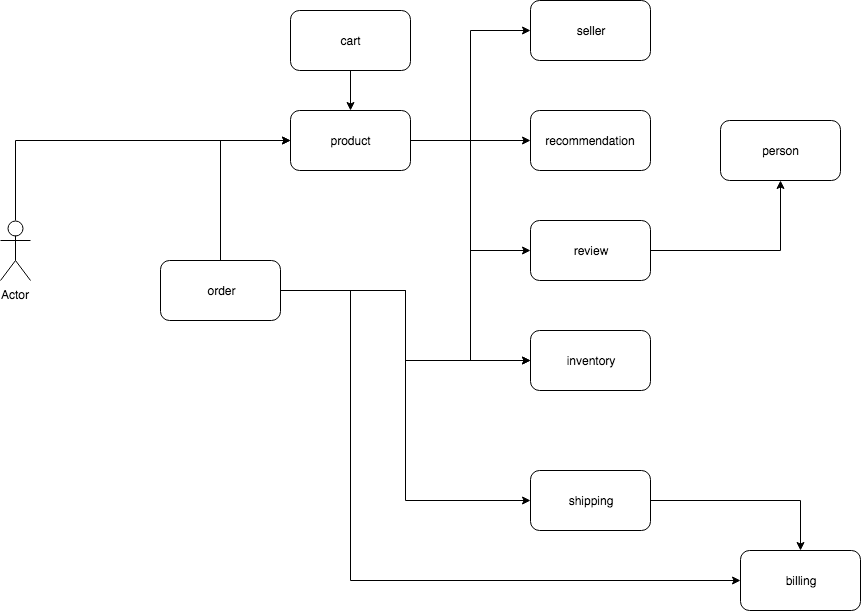
Before: ecommerce.png, a diagram exported from draw.io (prabhatsharma/ecommerce-microservices). Source tidied: cells renumbered, new cells last; positions are measured from the earlier drawing's top-left corner, leaving out a move shared by most shapes. Its diagram source:
```xml
<mxGraphModel>
  <root>
    <mxCell id="0" />
    <mxCell id="1" parent="0" />
    <mxCell id="2" style="edgeStyle=orthogonalEdgeStyle;rounded=0;jettySize=auto;html=1;entryX=0;entryY=0.5;entryDx=0;entryDy=0;" parent="1" edge="1" source="6" target="9">
      <mxGeometry relative="1" as="geometry" />
    </mxCell>
    <mxCell id="3" style="edgeStyle=orthogonalEdgeStyle;rounded=0;jettySize=auto;html=1;entryX=0;entryY=0.5;entryDx=0;entryDy=0;" parent="1" edge="1" source="6" target="11">
      <mxGeometry relative="1" as="geometry">
        <Array as="points">
          <mxPoint x="470" y="140" />
          <mxPoint x="470" y="250" />
        </Array>
      </mxGeometry>
    </mxCell>
    <mxCell id="4" style="edgeStyle=orthogonalEdgeStyle;rounded=0;jettySize=auto;html=1;entryX=0;entryY=0.5;entryDx=0;entryDy=0;" parent="1" edge="1" source="6" target="12">
      <mxGeometry relative="1" as="geometry" />
    </mxCell>
    <mxCell id="5" style="edgeStyle=orthogonalEdgeStyle;rounded=0;jettySize=auto;html=1;entryX=0;entryY=0.5;entryDx=0;entryDy=0;" parent="1" edge="1" source="6" target="13">
      <mxGeometry relative="1" as="geometry" />
    </mxCell>
    <mxCell id="6" value="product" style="rounded=1;whiteSpace=wrap;html=1;" parent="1" vertex="1">
      <mxGeometry x="290" y="110" width="120" height="60" as="geometry" />
    </mxCell>
    <mxCell id="7" style="edgeStyle=orthogonalEdgeStyle;rounded=0;jettySize=auto;html=1;entryX=0;entryY=0.5;entryDx=0;entryDy=0;" parent="1" edge="1" source="8" target="6">
      <mxGeometry relative="1" as="geometry">
        <Array as="points">
          <mxPoint x="15" y="140" />
        </Array>
      </mxGeometry>
    </mxCell>
    <mxCell id="8" value="Actor" style="shape=umlActor;verticalLabelPosition=bottom;labelBackgroundColor=#ffffff;verticalAlign=top;html=1;outlineConnect=0;" parent="1" vertex="1">
      <mxGeometry y="220" width="30" height="60" as="geometry" />
    </mxCell>
    <mxCell id="9" value="recommendation" style="rounded=1;whiteSpace=wrap;html=1;" parent="1" vertex="1">
      <mxGeometry x="530" y="110" width="120" height="60" as="geometry" />
    </mxCell>
    <mxCell id="10" style="edgeStyle=orthogonalEdgeStyle;rounded=0;jettySize=auto;html=1;entryX=0.5;entryY=1;entryDx=0;entryDy=0;" parent="1" edge="1" source="11" target="16">
      <mxGeometry relative="1" as="geometry" />
    </mxCell>
    <mxCell id="11" value="review&lt;br&gt;" style="rounded=1;whiteSpace=wrap;html=1;" parent="1" vertex="1">
      <mxGeometry x="530" y="220" width="120" height="60" as="geometry" />
    </mxCell>
    <mxCell id="12" value="seller" style="rounded=1;whiteSpace=wrap;html=1;" parent="1" vertex="1">
      <mxGeometry x="530" width="120" height="60" as="geometry" />
    </mxCell>
    <mxCell id="13" value="inventory" style="rounded=1;whiteSpace=wrap;html=1;" parent="1" vertex="1">
      <mxGeometry x="530" y="330" width="120" height="60" as="geometry" />
    </mxCell>
    <mxCell id="14" style="edgeStyle=orthogonalEdgeStyle;rounded=0;jettySize=auto;html=1;" parent="1" edge="1" source="15" target="6">
      <mxGeometry relative="1" as="geometry" />
    </mxCell>
    <mxCell id="15" value="cart" style="rounded=1;whiteSpace=wrap;html=1;" parent="1" vertex="1">
      <mxGeometry x="290" y="10" width="120" height="60" as="geometry" />
    </mxCell>
    <mxCell id="16" value="person" style="rounded=1;whiteSpace=wrap;html=1;" parent="1" vertex="1">
      <mxGeometry x="720" y="120" width="120" height="60" as="geometry" />
    </mxCell>
    <mxCell id="17" style="edgeStyle=orthogonalEdgeStyle;rounded=0;jettySize=auto;html=1;entryX=0;entryY=0.5;entryDx=0;entryDy=0;" parent="1" edge="1" source="21" target="6">
      <mxGeometry relative="1" as="geometry">
        <Array as="points">
          <mxPoint x="220" y="140" />
        </Array>
      </mxGeometry>
    </mxCell>
    <mxCell id="18" style="edgeStyle=orthogonalEdgeStyle;rounded=0;jettySize=auto;html=1;entryX=0;entryY=0.5;entryDx=0;entryDy=0;" parent="1" edge="1" source="21" target="13">
      <mxGeometry relative="1" as="geometry" />
    </mxCell>
    <mxCell id="19" style="edgeStyle=orthogonalEdgeStyle;rounded=0;jettySize=auto;html=1;entryX=0;entryY=0.5;entryDx=0;entryDy=0;" parent="1" edge="1" source="21" target="23">
      <mxGeometry relative="1" as="geometry" />
    </mxCell>
    <mxCell id="20" style="edgeStyle=orthogonalEdgeStyle;rounded=0;jettySize=auto;html=1;entryX=0;entryY=0.5;entryDx=0;entryDy=0;" parent="1" edge="1" source="21" target="24">
      <mxGeometry relative="1" as="geometry">
        <Array as="points">
          <mxPoint x="350" y="290" />
          <mxPoint x="350" y="580" />
        </Array>
      </mxGeometry>
    </mxCell>
    <mxCell id="21" value="order" style="rounded=1;whiteSpace=wrap;html=1;" parent="1" vertex="1">
      <mxGeometry x="160" y="260" width="120" height="60" as="geometry" />
    </mxCell>
    <mxCell id="22" style="edgeStyle=orthogonalEdgeStyle;rounded=0;jettySize=auto;html=1;" parent="1" edge="1" source="23" target="24">
      <mxGeometry relative="1" as="geometry" />
    </mxCell>
    <mxCell id="23" value="shipping" style="rounded=1;whiteSpace=wrap;html=1;" parent="1" vertex="1">
      <mxGeometry x="530" y="470" width="120" height="60" as="geometry" />
    </mxCell>
    <mxCell id="24" value="billing" style="rounded=1;whiteSpace=wrap;html=1;" parent="1" vertex="1">
      <mxGeometry x="740" y="550" width="120" height="60" as="geometry" />
    </mxCell>
  </root>
</mxGraphModel>
```
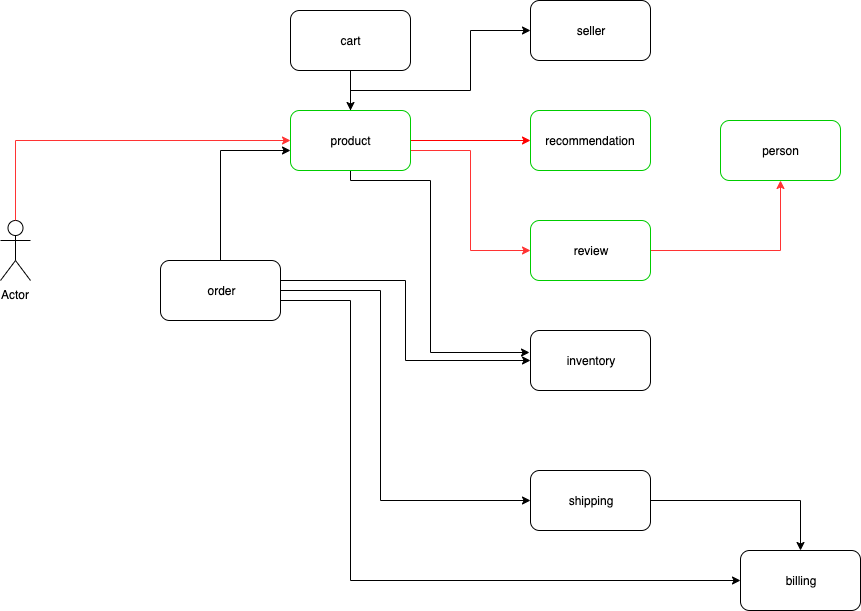
The same file after the commit.

Commit message:
Color coded implemented services

Change to the diagram source:
```diff
@@ -2,43 +2,48 @@
   <root>
     <mxCell id="0" />
     <mxCell id="1" parent="0" />
-    <mxCell id="2" style="edgeStyle=orthogonalEdgeStyle;rounded=0;jettySize=auto;html=1;entryX=0;entryY=0.5;entryDx=0;entryDy=0;" parent="1" edge="1" source="6" target="9">
+    <mxCell id="2" style="edgeStyle=orthogonalEdgeStyle;rounded=0;jettySize=auto;html=1;entryX=0;entryY=0.5;entryDx=0;entryDy=0;strokeColor=#FF0000;" parent="1" edge="1" source="6" target="9">
       <mxGeometry relative="1" as="geometry" />
     </mxCell>
-    <mxCell id="3" style="edgeStyle=orthogonalEdgeStyle;rounded=0;jettySize=auto;html=1;entryX=0;entryY=0.5;entryDx=0;entryDy=0;" parent="1" edge="1" source="6" target="11">
+    <mxCell id="3" style="edgeStyle=orthogonalEdgeStyle;rounded=0;jettySize=auto;html=1;entryX=0;entryY=0.5;entryDx=0;entryDy=0;strokeColor=#FF3333;" parent="1" edge="1" source="6" target="11">
       <mxGeometry relative="1" as="geometry">
         <Array as="points">
-          <mxPoint x="470" y="140" />
+          <mxPoint x="470" y="150" />
           <mxPoint x="470" y="250" />
         </Array>
       </mxGeometry>
     </mxCell>
     <mxCell id="4" style="edgeStyle=orthogonalEdgeStyle;rounded=0;jettySize=auto;html=1;entryX=0;entryY=0.5;entryDx=0;entryDy=0;" parent="1" edge="1" source="6" target="12">
-      <mxGeometry relative="1" as="geometry" />
+      <mxGeometry relative="1" as="geometry">
+        <Array as="points">
+          <mxPoint x="350" y="90" />
+          <mxPoint x="470" y="90" />
+          <mxPoint x="470" y="30" />
+        </Array>
+      </mxGeometry>
     </mxCell>
-    <mxCell id="5" style="edgeStyle=orthogonalEdgeStyle;rounded=0;jettySize=auto;html=1;entryX=0;entryY=0.5;entryDx=0;entryDy=0;" parent="1" edge="1" source="6" target="13">
-      <mxGeometry relative="1" as="geometry" />
+    <mxCell id="5" style="edgeStyle=orthogonalEdgeStyle;rounded=0;jettySize=auto;html=1;entryX=-0.011;entryY=0.373;entryDx=0;entryDy=0;entryPerimeter=0;" parent="1" edge="1" source="6" target="13">
+      <mxGeometry relative="1" as="geometry">
+        <Array as="points">
+          <mxPoint x="350" y="180" />
+          <mxPoint x="430" y="180" />
+          <mxPoint x="430" y="352" />
+        </Array>
+      </mxGeometry>
     </mxCell>
-    <mxCell id="6" value="product" style="rounded=1;whiteSpace=wrap;html=1;" parent="1" vertex="1">
+    <mxCell id="6" value="product" style="rounded=1;whiteSpace=wrap;html=1;strokeColor=#00CC00;" parent="1" vertex="1">
       <mxGeometry x="290" y="110" width="120" height="60" as="geometry" />
     </mxCell>
-    <mxCell id="7" style="edgeStyle=orthogonalEdgeStyle;rounded=0;jettySize=auto;html=1;entryX=0;entryY=0.5;entryDx=0;entryDy=0;" parent="1" edge="1" source="8" target="6">
-      <mxGeometry relative="1" as="geometry">
-        <Array as="points">
-          <mxPoint x="15" y="140" />
-        </Array>
-      </mxGeometry>
-    </mxCell>
     <mxCell id="8" value="Actor" style="shape=umlActor;verticalLabelPosition=bottom;labelBackgroundColor=#ffffff;verticalAlign=top;html=1;outlineConnect=0;" parent="1" vertex="1">
       <mxGeometry y="220" width="30" height="60" as="geometry" />
     </mxCell>
-    <mxCell id="9" value="recommendation" style="rounded=1;whiteSpace=wrap;html=1;" parent="1" vertex="1">
+    <mxCell id="9" value="recommendation" style="rounded=1;whiteSpace=wrap;html=1;strokeColor=#00CC00;" parent="1" vertex="1">
       <mxGeometry x="530" y="110" width="120" height="60" as="geometry" />
     </mxCell>
-    <mxCell id="10" style="edgeStyle=orthogonalEdgeStyle;rounded=0;jettySize=auto;html=1;entryX=0.5;entryY=1;entryDx=0;entryDy=0;" parent="1" edge="1" source="11" target="16">
+    <mxCell id="10" style="edgeStyle=orthogonalEdgeStyle;rounded=0;jettySize=auto;html=1;entryX=0.5;entryY=1;entryDx=0;entryDy=0;strokeColor=#FF3333;" parent="1" edge="1" source="11" target="16">
       <mxGeometry relative="1" as="geometry" />
     </mxCell>
-    <mxCell id="11" value="review&lt;br&gt;" style="rounded=1;whiteSpace=wrap;html=1;" parent="1" vertex="1">
+    <mxCell id="11" value="review&lt;br&gt;" style="rounded=1;whiteSpace=wrap;html=1;strokeColor=#00CC00;" parent="1" vertex="1">
       <mxGeometry x="530" y="220" width="120" height="60" as="geometry" />
     </mxCell>
     <mxCell id="12" value="seller" style="rounded=1;whiteSpace=wrap;html=1;" parent="1" vertex="1">
@@ -53,26 +58,38 @@
     <mxCell id="15" value="cart" style="rounded=1;whiteSpace=wrap;html=1;" parent="1" vertex="1">
       <mxGeometry x="290" y="10" width="120" height="60" as="geometry" />
     </mxCell>
-    <mxCell id="16" value="person" style="rounded=1;whiteSpace=wrap;html=1;" parent="1" vertex="1">
+    <mxCell id="16" value="person" style="rounded=1;whiteSpace=wrap;html=1;strokeColor=#00CC00;" parent="1" vertex="1">
       <mxGeometry x="720" y="120" width="120" height="60" as="geometry" />
     </mxCell>
-    <mxCell id="17" style="edgeStyle=orthogonalEdgeStyle;rounded=0;jettySize=auto;html=1;entryX=0;entryY=0.5;entryDx=0;entryDy=0;" parent="1" edge="1" source="21" target="6">
+    <mxCell id="17" style="edgeStyle=orthogonalEdgeStyle;rounded=0;jettySize=auto;html=1;" parent="1" edge="1" source="21">
       <mxGeometry relative="1" as="geometry">
+        <mxPoint x="290" y="150" as="targetPoint" />
         <Array as="points">
-          <mxPoint x="220" y="140" />
+          <mxPoint x="220" y="150" />
+          <mxPoint x="290" y="150" />
         </Array>
       </mxGeometry>
     </mxCell>
     <mxCell id="18" style="edgeStyle=orthogonalEdgeStyle;rounded=0;jettySize=auto;html=1;entryX=0;entryY=0.5;entryDx=0;entryDy=0;" parent="1" edge="1" source="21" target="13">
-      <mxGeometry relative="1" as="geometry" />
+      <mxGeometry relative="1" as="geometry">
+        <Array as="points">
+          <mxPoint x="405" y="280" />
+          <mxPoint x="405" y="360" />
+        </Array>
+      </mxGeometry>
     </mxCell>
     <mxCell id="19" style="edgeStyle=orthogonalEdgeStyle;rounded=0;jettySize=auto;html=1;entryX=0;entryY=0.5;entryDx=0;entryDy=0;" parent="1" edge="1" source="21" target="23">
-      <mxGeometry relative="1" as="geometry" />
+      <mxGeometry relative="1" as="geometry">
+        <Array as="points">
+          <mxPoint x="380" y="290" />
+          <mxPoint x="380" y="500" />
+        </Array>
+      </mxGeometry>
     </mxCell>
     <mxCell id="20" style="edgeStyle=orthogonalEdgeStyle;rounded=0;jettySize=auto;html=1;entryX=0;entryY=0.5;entryDx=0;entryDy=0;" parent="1" edge="1" source="21" target="24">
       <mxGeometry relative="1" as="geometry">
         <Array as="points">
-          <mxPoint x="350" y="290" />
+          <mxPoint x="350" y="300" />
           <mxPoint x="350" y="580" />
         </Array>
       </mxGeometry>
@@ -89,5 +106,12 @@
     <mxCell id="24" value="billing" style="rounded=1;whiteSpace=wrap;html=1;" parent="1" vertex="1">
       <mxGeometry x="740" y="550" width="120" height="60" as="geometry" />
     </mxCell>
+    <mxCell id="7" style="edgeStyle=orthogonalEdgeStyle;rounded=0;jettySize=auto;html=1;entryX=0;entryY=0.5;entryDx=0;entryDy=0;strokeColor=#FF3333;" parent="1" edge="1" source="8" target="6">
+      <mxGeometry relative="1" as="geometry">
+        <Array as="points">
+          <mxPoint x="15" y="140" />
+        </Array>
+      </mxGeometry>
+    </mxCell>
   </root>
 </mxGraphModel>
```
